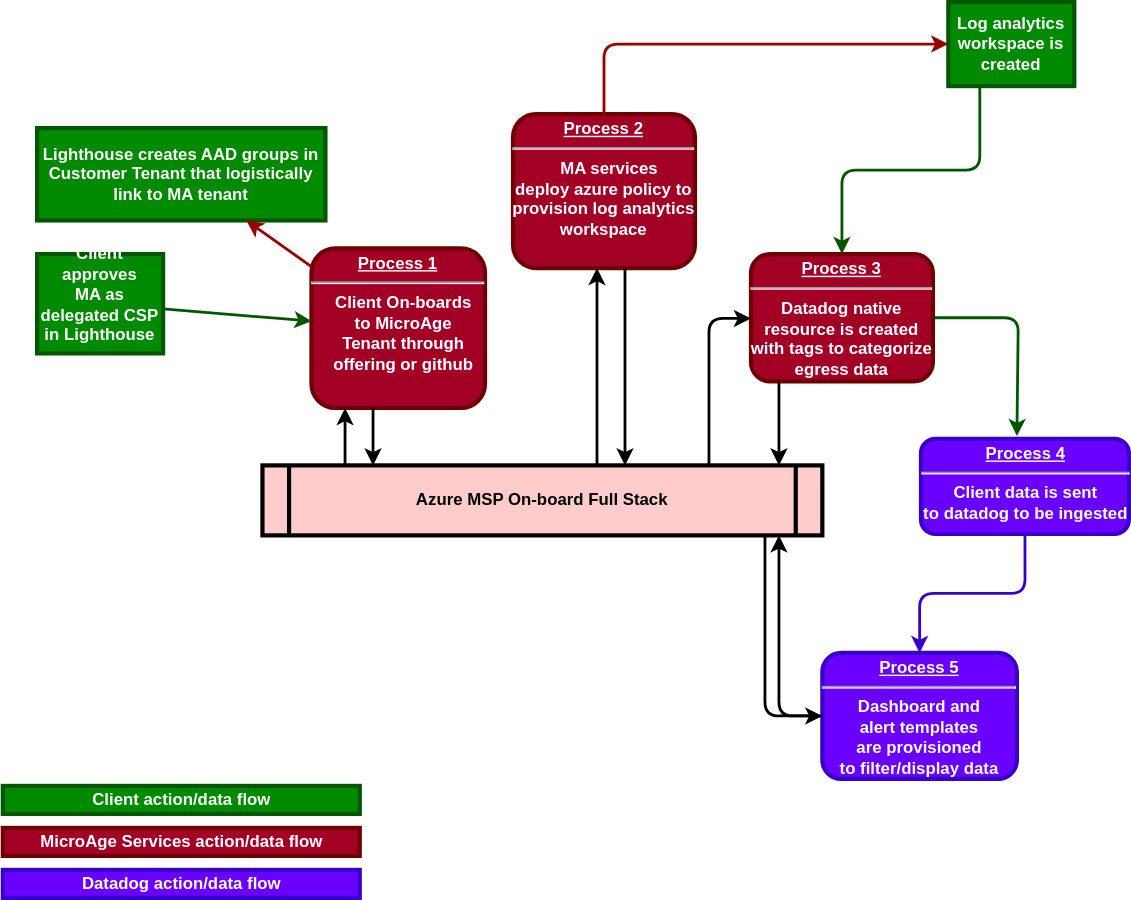
Above: AzMSP Flow.drawio.svg in MicroAgeServicesOrg/Azure-Lighthouse-deploymentAutomation (draw.io), before the change. Source tidied: cells renumbered, new cells last; positions are measured from the earlier drawing's top-left corner, leaving out a move shared by most shapes. The source it was exported from:
```xml
<mxGraphModel>
  <root>
    <mxCell id="0" />
    <mxCell id="1" parent="0" />
    <mxCell id="2" value="&lt;p style=&quot;margin: 0px; margin-top: 4px; text-align: center; text-decoration: underline;&quot;&gt;&lt;strong&gt;Process 1&lt;br&gt;&lt;/strong&gt;&lt;/p&gt;&lt;hr&gt;&lt;p style=&quot;margin: 0px; margin-left: 8px;&quot;&gt;Client On-boards&lt;/p&gt;&lt;p style=&quot;margin: 0px; margin-left: 8px;&quot;&gt;to MicroAge&lt;/p&gt;&lt;p style=&quot;margin: 0px; margin-left: 8px;&quot;&gt;Tenant through&lt;/p&gt;&lt;p style=&quot;margin: 0px; margin-left: 8px;&quot;&gt;offering or github&lt;br&gt;&lt;/p&gt;" style="verticalAlign=middle;align=center;overflow=fill;fontSize=12;fontFamily=Helvetica;html=1;rounded=1;fontStyle=1;strokeWidth=3;fillColor=#a20025;strokeColor=#6F0000;fontColor=#ffffff;" parent="1" vertex="1">
      <mxGeometry x="220" y="176" width="124" height="114" as="geometry" />
    </mxCell>
    <mxCell id="3" value="Lighthouse creates AAD groups in Customer Tenant that logistically link to MA tenant" style="whiteSpace=wrap;align=center;verticalAlign=middle;fontStyle=1;strokeWidth=3;fillColor=#008a00;fontColor=#ffffff;strokeColor=#005700;" parent="1" vertex="1">
      <mxGeometry x="24" y="90" width="206" height="66" as="geometry" />
    </mxCell>
    <mxCell id="4" value="Client approves&#10;MA as delegated CSP&#10;in Lighthouse&#10;" style="whiteSpace=wrap;align=center;verticalAlign=middle;fontStyle=1;strokeWidth=3;fillColor=#008a00;fontColor=#ffffff;strokeColor=#005700;" parent="1" vertex="1">
      <mxGeometry x="24" y="180" width="90" height="71" as="geometry" />
    </mxCell>
    <mxCell id="5" value="Azure MSP On-board Full Stack" style="shape=process;whiteSpace=wrap;align=center;verticalAlign=middle;size=0.0475;fontStyle=1;strokeWidth=3;fillColor=#FFCCCC;fontColor=#000000;" parent="1" vertex="1">
      <mxGeometry x="185" y="331" width="400" height="50" as="geometry" />
    </mxCell>
    <mxCell id="6" value="&lt;p style=&quot;margin: 0px; margin-top: 4px; text-align: center; text-decoration: underline;&quot;&gt;&lt;strong&gt;Process 2&lt;br&gt;&lt;/strong&gt;&lt;/p&gt;&lt;hr&gt;&lt;p style=&quot;margin: 0px; margin-left: 8px;&quot;&gt;MA services&lt;/p&gt;&lt;div&gt;deploy azure policy to&lt;/div&gt;&lt;div&gt;provision log analytics&lt;/div&gt;&lt;div&gt;workspace&lt;br&gt;&lt;/div&gt;" style="verticalAlign=middle;align=center;overflow=fill;fontSize=12;fontFamily=Helvetica;html=1;rounded=1;fontStyle=1;strokeWidth=3;fillColor=#a20025;fontColor=#ffffff;strokeColor=#6F0000;" parent="1" vertex="1">
      <mxGeometry x="364" y="80" width="130" height="110" as="geometry" />
    </mxCell>
    <mxCell id="7" style="edgeStyle=orthogonalEdgeStyle;rounded=1;jettySize=auto;html=1;exitX=0.5;exitY=1;exitDx=0;exitDy=0;entryX=0.5;entryY=0;entryDx=0;entryDy=0;strokeWidth=2;fillColor=#6a00ff;strokeColor=#3700CC;" parent="1" edge="1" source="8" target="11">
      <mxGeometry relative="1" as="geometry" />
    </mxCell>
    <mxCell id="8" value="&lt;p style=&quot;margin: 0px; margin-top: 4px; text-align: center; text-decoration: underline;&quot;&gt;&lt;strong&gt;&lt;strong&gt;Process&lt;/strong&gt; 4&lt;br&gt;&lt;/strong&gt;&lt;/p&gt;&lt;hr&gt;&lt;div&gt;Client data is sent&lt;/div&gt;&lt;div&gt;to datadog to be ingested&lt;br&gt;&lt;/div&gt;" style="verticalAlign=middle;align=center;overflow=fill;fontSize=12;fontFamily=Helvetica;html=1;rounded=1;fontStyle=1;strokeWidth=3;fillColor=#6a00ff;fontColor=#ffffff;strokeColor=#3700CC;" parent="1" vertex="1">
      <mxGeometry x="655.5" y="312" width="148.5" height="68" as="geometry" />
    </mxCell>
    <mxCell id="9" style="edgeStyle=orthogonalEdgeStyle;rounded=1;jettySize=auto;html=1;exitX=1;exitY=0.5;exitDx=0;exitDy=0;strokeWidth=2;fillColor=#008a00;strokeColor=#005700;" parent="1" edge="1" source="10">
      <mxGeometry relative="1" as="geometry">
        <mxPoint x="724" y="310" as="targetPoint" />
        <Array as="points">
          <mxPoint x="725" y="226" />
        </Array>
      </mxGeometry>
    </mxCell>
    <mxCell id="10" value="&lt;p style=&quot;margin: 0px; margin-top: 4px; text-align: center; text-decoration: underline;&quot;&gt;&lt;strong&gt;&lt;strong&gt;Process&lt;/strong&gt; 3&lt;br&gt;&lt;/strong&gt;&lt;/p&gt;&lt;hr&gt;&lt;div&gt;Datadog native &lt;br&gt;&lt;/div&gt;&lt;div&gt;resource is created&lt;/div&gt;&lt;div&gt;with tags to categorize&lt;/div&gt;&lt;div&gt;egress data&lt;br&gt;&lt;/div&gt;" style="verticalAlign=middle;align=center;overflow=fill;fontSize=12;fontFamily=Helvetica;html=1;rounded=1;fontStyle=1;strokeWidth=3;fillColor=#a20025;fontColor=#ffffff;strokeColor=#6F0000;" parent="1" vertex="1">
      <mxGeometry x="534" y="180" width="130" height="91" as="geometry" />
    </mxCell>
    <mxCell id="11" value="&lt;p style=&quot;margin: 0px; margin-top: 4px; text-align: center; text-decoration: underline;&quot;&gt;&lt;strong&gt;&lt;strong&gt;Process&lt;/strong&gt; 5&lt;br&gt;&lt;/strong&gt;&lt;/p&gt;&lt;hr&gt;&lt;div&gt;Dashboard and&lt;/div&gt;&lt;div&gt;alert templates&lt;/div&gt;&lt;div&gt;are provisioned&lt;/div&gt;&lt;div&gt;to filter/display data&lt;br&gt;&lt;/div&gt;" style="verticalAlign=middle;align=center;overflow=fill;fontSize=12;fontFamily=Helvetica;html=1;rounded=1;fontStyle=1;strokeWidth=3;fillColor=#6a00ff;fontColor=#ffffff;strokeColor=#3700CC;" parent="1" vertex="1">
      <mxGeometry x="585" y="465" width="139" height="90" as="geometry" />
    </mxCell>
    <mxCell id="12" value="Log analytics workspace is created" style="whiteSpace=wrap;align=center;verticalAlign=middle;fontStyle=1;strokeWidth=3;fillColor=#008a00;fontColor=#ffffff;strokeColor=#005700;" parent="1" vertex="1">
      <mxGeometry x="675" width="90" height="60" as="geometry" />
    </mxCell>
    <mxCell id="13" style="edgeStyle=none;noEdgeStyle=1;strokeColor=#990000;strokeWidth=2;startArrow=classic;startFill=1;endArrow=none;endFill=0;" parent="1" edge="1" source="3" target="2">
      <mxGeometry relative="1" as="geometry" />
    </mxCell>
    <mxCell id="14" style="edgeStyle=none;noEdgeStyle=1;strokeColor=#005700;strokeWidth=2;fillColor=#008a00;" parent="1" edge="1" source="4" target="2">
      <mxGeometry relative="1" as="geometry" />
    </mxCell>
    <mxCell id="15" style="edgeStyle=elbowEdgeStyle;elbow=horizontal;strokeColor=#000000;strokeWidth=2;" parent="1" edge="1" source="5" target="2">
      <mxGeometry relative="1" as="geometry">
        <Array as="points">
          <mxPoint x="244" y="310" />
        </Array>
      </mxGeometry>
    </mxCell>
    <mxCell id="16" style="edgeStyle=elbowEdgeStyle;elbow=horizontal;strokeColor=#000000;strokeWidth=2;" parent="1" edge="1" source="2" target="5">
      <mxGeometry relative="1" as="geometry">
        <Array as="points">
          <mxPoint x="264" y="300" />
        </Array>
      </mxGeometry>
    </mxCell>
    <mxCell id="17" style="edgeStyle=elbowEdgeStyle;elbow=horizontal;strokeColor=#000000;strokeWidth=2;" parent="1" edge="1" source="5" target="6">
      <mxGeometry relative="1" as="geometry">
        <Array as="points">
          <mxPoint x="424" y="250" />
        </Array>
      </mxGeometry>
    </mxCell>
    <mxCell id="18" style="edgeStyle=elbowEdgeStyle;elbow=horizontal;strokeColor=#000000;strokeWidth=2;" parent="1" edge="1" source="6" target="5">
      <mxGeometry relative="1" as="geometry">
        <Array as="points">
          <mxPoint x="444" y="260" />
        </Array>
      </mxGeometry>
    </mxCell>
    <mxCell id="19" style="edgeStyle=elbowEdgeStyle;elbow=horizontal;strokeColor=#990000;strokeWidth=2;" parent="1" edge="1" source="6" target="12">
      <mxGeometry relative="1" as="geometry">
        <Array as="points">
          <mxPoint x="429" y="80" />
        </Array>
      </mxGeometry>
    </mxCell>
    <mxCell id="20" style="edgeStyle=elbowEdgeStyle;elbow=vertical;entryX=0.25;entryY=1;strokeColor=#005700;strokeWidth=2;startArrow=classic;startFill=1;endArrow=none;endFill=0;fillColor=#008a00;" parent="1" edge="1" source="10" target="12">
      <mxGeometry relative="1" as="geometry" />
    </mxCell>
    <mxCell id="21" style="edgeStyle=elbowEdgeStyle;elbow=horizontal;strokeColor=#000000;strokeWidth=2;" parent="1" edge="1" source="10" target="5">
      <mxGeometry relative="1" as="geometry">
        <Array as="points">
          <mxPoint x="554" y="300" />
        </Array>
      </mxGeometry>
    </mxCell>
    <mxCell id="22" style="edgeStyle=segmentEdgeStyle;strokeColor=#000000;strokeWidth=2;" parent="1" edge="1" source="5" target="10">
      <mxGeometry relative="1" as="geometry">
        <Array as="points">
          <mxPoint x="504" y="226" />
        </Array>
      </mxGeometry>
    </mxCell>
    <mxCell id="23" style="edgeStyle=elbowEdgeStyle;elbow=horizontal;strokeColor=#000000;strokeWidth=2;" parent="1" edge="1" source="11" target="5">
      <mxGeometry relative="1" as="geometry">
        <Array as="points">
          <mxPoint x="554" y="410" />
        </Array>
      </mxGeometry>
    </mxCell>
    <mxCell id="24" style="edgeStyle=elbowEdgeStyle;elbow=horizontal;strokeColor=#000000;strokeWidth=2;" parent="1" edge="1" source="5" target="11">
      <mxGeometry relative="1" as="geometry">
        <Array as="points">
          <mxPoint x="544" y="420" />
        </Array>
      </mxGeometry>
    </mxCell>
    <mxCell id="25" value="Client action/data flow" style="whiteSpace=wrap;align=center;verticalAlign=middle;fontStyle=1;strokeWidth=3;fillColor=#008a00;fontColor=#ffffff;strokeColor=#005700;" parent="1" vertex="1">
      <mxGeometry x="-0.5" y="560" width="255" height="20" as="geometry" />
    </mxCell>
    <mxCell id="26" value="MicroAge Services action/data flow" style="whiteSpace=wrap;align=center;verticalAlign=middle;fontStyle=1;strokeWidth=3;fillColor=#a20025;fontColor=#ffffff;strokeColor=#6F0000;" parent="1" vertex="1">
      <mxGeometry x="-0.5" y="590" width="255" height="20" as="geometry" />
    </mxCell>
    <mxCell id="27" value="Datadog action/data flow" style="whiteSpace=wrap;align=center;verticalAlign=middle;fontStyle=1;strokeWidth=3;fillColor=#6a00ff;fontColor=#ffffff;strokeColor=#3700CC;" parent="1" vertex="1">
      <mxGeometry x="-0.5" y="620" width="255" height="20" as="geometry" />
    </mxCell>
  </root>
</mxGraphModel>
```
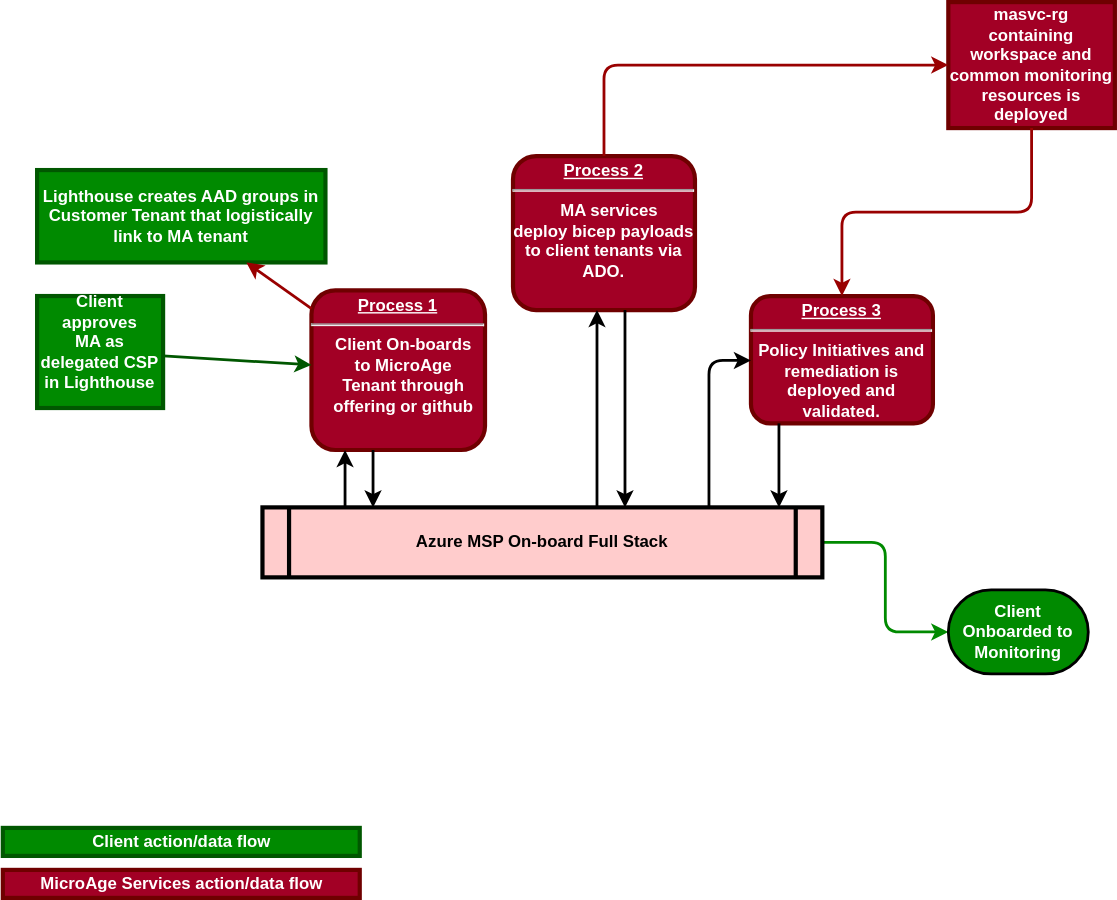
After the commit.

The edit, as a diff of the source:
```diff
@@ -9,36 +9,22 @@
       <mxGeometry x="24" y="90" width="206" height="66" as="geometry" />
     </mxCell>
     <mxCell id="4" value="Client approves&#10;MA as delegated CSP&#10;in Lighthouse&#10;" style="whiteSpace=wrap;align=center;verticalAlign=middle;fontStyle=1;strokeWidth=3;fillColor=#008a00;fontColor=#ffffff;strokeColor=#005700;" parent="1" vertex="1">
-      <mxGeometry x="24" y="180" width="90" height="71" as="geometry" />
+      <mxGeometry x="24" y="180" width="90" height="80" as="geometry" />
     </mxCell>
+    <mxCell id="28" style="edgeStyle=orthogonalEdgeStyle;rounded=1;jettySize=auto;html=1;entryX=0;entryY=0.5;entryDx=0;entryDy=0;entryPerimeter=0;strokeColor=#008A00;strokeWidth=2;" parent="1" edge="1" source="5" target="29">
+      <mxGeometry relative="1" as="geometry" />
+    </mxCell>
     <mxCell id="5" value="Azure MSP On-board Full Stack" style="shape=process;whiteSpace=wrap;align=center;verticalAlign=middle;size=0.0475;fontStyle=1;strokeWidth=3;fillColor=#FFCCCC;fontColor=#000000;" parent="1" vertex="1">
       <mxGeometry x="185" y="331" width="400" height="50" as="geometry" />
     </mxCell>
-    <mxCell id="6" value="&lt;p style=&quot;margin: 0px; margin-top: 4px; text-align: center; text-decoration: underline;&quot;&gt;&lt;strong&gt;Process 2&lt;br&gt;&lt;/strong&gt;&lt;/p&gt;&lt;hr&gt;&lt;p style=&quot;margin: 0px; margin-left: 8px;&quot;&gt;MA services&lt;/p&gt;&lt;div&gt;deploy azure policy to&lt;/div&gt;&lt;div&gt;provision log analytics&lt;/div&gt;&lt;div&gt;workspace&lt;br&gt;&lt;/div&gt;" style="verticalAlign=middle;align=center;overflow=fill;fontSize=12;fontFamily=Helvetica;html=1;rounded=1;fontStyle=1;strokeWidth=3;fillColor=#a20025;fontColor=#ffffff;strokeColor=#6F0000;" parent="1" vertex="1">
+    <mxCell id="6" value="&lt;p style=&quot;margin: 0px; margin-top: 4px; text-align: center; text-decoration: underline;&quot;&gt;&lt;strong&gt;Process 2&lt;br&gt;&lt;/strong&gt;&lt;/p&gt;&lt;hr&gt;&lt;p style=&quot;margin: 0px; margin-left: 8px;&quot;&gt;MA services&lt;/p&gt;&lt;div&gt;deploy bicep payloads&lt;/div&gt;&lt;div&gt;to client tenants via &lt;br&gt;&lt;/div&gt;&lt;div&gt;ADO.&lt;br&gt;&lt;/div&gt;" style="verticalAlign=middle;align=center;overflow=fill;fontSize=12;fontFamily=Helvetica;html=1;rounded=1;fontStyle=1;strokeWidth=3;fillColor=#a20025;fontColor=#ffffff;strokeColor=#6F0000;" parent="1" vertex="1">
       <mxGeometry x="364" y="80" width="130" height="110" as="geometry" />
     </mxCell>
-    <mxCell id="7" style="edgeStyle=orthogonalEdgeStyle;rounded=1;jettySize=auto;html=1;exitX=0.5;exitY=1;exitDx=0;exitDy=0;entryX=0.5;entryY=0;entryDx=0;entryDy=0;strokeWidth=2;fillColor=#6a00ff;strokeColor=#3700CC;" parent="1" edge="1" source="8" target="11">
-      <mxGeometry relative="1" as="geometry" />
-    </mxCell>
-    <mxCell id="8" value="&lt;p style=&quot;margin: 0px; margin-top: 4px; text-align: center; text-decoration: underline;&quot;&gt;&lt;strong&gt;&lt;strong&gt;Process&lt;/strong&gt; 4&lt;br&gt;&lt;/strong&gt;&lt;/p&gt;&lt;hr&gt;&lt;div&gt;Client data is sent&lt;/div&gt;&lt;div&gt;to datadog to be ingested&lt;br&gt;&lt;/div&gt;" style="verticalAlign=middle;align=center;overflow=fill;fontSize=12;fontFamily=Helvetica;html=1;rounded=1;fontStyle=1;strokeWidth=3;fillColor=#6a00ff;fontColor=#ffffff;strokeColor=#3700CC;" parent="1" vertex="1">
-      <mxGeometry x="655.5" y="312" width="148.5" height="68" as="geometry" />
-    </mxCell>
-    <mxCell id="9" style="edgeStyle=orthogonalEdgeStyle;rounded=1;jettySize=auto;html=1;exitX=1;exitY=0.5;exitDx=0;exitDy=0;strokeWidth=2;fillColor=#008a00;strokeColor=#005700;" parent="1" edge="1" source="10">
-      <mxGeometry relative="1" as="geometry">
-        <mxPoint x="724" y="310" as="targetPoint" />
-        <Array as="points">
-          <mxPoint x="725" y="226" />
-        </Array>
-      </mxGeometry>
-    </mxCell>
-    <mxCell id="10" value="&lt;p style=&quot;margin: 0px; margin-top: 4px; text-align: center; text-decoration: underline;&quot;&gt;&lt;strong&gt;&lt;strong&gt;Process&lt;/strong&gt; 3&lt;br&gt;&lt;/strong&gt;&lt;/p&gt;&lt;hr&gt;&lt;div&gt;Datadog native &lt;br&gt;&lt;/div&gt;&lt;div&gt;resource is created&lt;/div&gt;&lt;div&gt;with tags to categorize&lt;/div&gt;&lt;div&gt;egress data&lt;br&gt;&lt;/div&gt;" style="verticalAlign=middle;align=center;overflow=fill;fontSize=12;fontFamily=Helvetica;html=1;rounded=1;fontStyle=1;strokeWidth=3;fillColor=#a20025;fontColor=#ffffff;strokeColor=#6F0000;" parent="1" vertex="1">
+    <mxCell id="10" value="&lt;p style=&quot;margin: 0px; margin-top: 4px; text-align: center; text-decoration: underline;&quot;&gt;&lt;strong&gt;&lt;strong&gt;Process&lt;/strong&gt; 3&lt;br&gt;&lt;/strong&gt;&lt;/p&gt;&lt;hr&gt;&lt;div&gt;Policy Initiatives and &lt;br&gt;&lt;/div&gt;&lt;div&gt;remediation is &lt;br&gt;&lt;/div&gt;&lt;div&gt;deployed and &lt;br&gt;&lt;/div&gt;&lt;div&gt;validated.&lt;br&gt;&lt;/div&gt;" style="verticalAlign=middle;align=center;overflow=fill;fontSize=12;fontFamily=Helvetica;html=1;rounded=1;fontStyle=1;strokeWidth=3;fillColor=#a20025;fontColor=#ffffff;strokeColor=#6F0000;" parent="1" vertex="1">
       <mxGeometry x="534" y="180" width="130" height="91" as="geometry" />
     </mxCell>
-    <mxCell id="11" value="&lt;p style=&quot;margin: 0px; margin-top: 4px; text-align: center; text-decoration: underline;&quot;&gt;&lt;strong&gt;&lt;strong&gt;Process&lt;/strong&gt; 5&lt;br&gt;&lt;/strong&gt;&lt;/p&gt;&lt;hr&gt;&lt;div&gt;Dashboard and&lt;/div&gt;&lt;div&gt;alert templates&lt;/div&gt;&lt;div&gt;are provisioned&lt;/div&gt;&lt;div&gt;to filter/display data&lt;br&gt;&lt;/div&gt;" style="verticalAlign=middle;align=center;overflow=fill;fontSize=12;fontFamily=Helvetica;html=1;rounded=1;fontStyle=1;strokeWidth=3;fillColor=#6a00ff;fontColor=#ffffff;strokeColor=#3700CC;" parent="1" vertex="1">
-      <mxGeometry x="585" y="465" width="139" height="90" as="geometry" />
-    </mxCell>
-    <mxCell id="12" value="Log analytics workspace is created" style="whiteSpace=wrap;align=center;verticalAlign=middle;fontStyle=1;strokeWidth=3;fillColor=#008a00;fontColor=#ffffff;strokeColor=#005700;" parent="1" vertex="1">
-      <mxGeometry x="675" width="90" height="60" as="geometry" />
+    <mxCell id="12" value="masvc-rg containing workspace and common monitoring resources is deployed " style="whiteSpace=wrap;align=center;verticalAlign=middle;fontStyle=1;strokeWidth=3;fillColor=#A20025;fontColor=#ffffff;strokeColor=#6F0000;" parent="1" vertex="1">
+      <mxGeometry x="675" y="-30" width="119" height="90" as="geometry" />
     </mxCell>
     <mxCell id="13" style="edgeStyle=none;noEdgeStyle=1;strokeColor=#990000;strokeWidth=2;startArrow=classic;startFill=1;endArrow=none;endFill=0;" parent="1" edge="1" source="3" target="2">
       <mxGeometry relative="1" as="geometry" />
@@ -81,7 +67,7 @@
         </Array>
       </mxGeometry>
     </mxCell>
-    <mxCell id="20" style="edgeStyle=elbowEdgeStyle;elbow=vertical;entryX=0.25;entryY=1;strokeColor=#005700;strokeWidth=2;startArrow=classic;startFill=1;endArrow=none;endFill=0;fillColor=#008a00;" parent="1" edge="1" source="10" target="12">
+    <mxCell id="20" style="edgeStyle=elbowEdgeStyle;elbow=vertical;entryX=0.5;entryY=1;strokeColor=#990000;strokeWidth=2;startArrow=classic;startFill=1;endArrow=none;endFill=0;fillColor=#008a00;entryDx=0;entryDy=0;" parent="1" edge="1" source="10" target="12">
       <mxGeometry relative="1" as="geometry" />
     </mxCell>
     <mxCell id="21" style="edgeStyle=elbowEdgeStyle;elbow=horizontal;strokeColor=#000000;strokeWidth=2;" parent="1" edge="1" source="10" target="5">
@@ -98,28 +84,14 @@
         </Array>
       </mxGeometry>
     </mxCell>
-    <mxCell id="23" style="edgeStyle=elbowEdgeStyle;elbow=horizontal;strokeColor=#000000;strokeWidth=2;" parent="1" edge="1" source="11" target="5">
-      <mxGeometry relative="1" as="geometry">
-        <Array as="points">
-          <mxPoint x="554" y="410" />
-        </Array>
-      </mxGeometry>
-    </mxCell>
-    <mxCell id="24" style="edgeStyle=elbowEdgeStyle;elbow=horizontal;strokeColor=#000000;strokeWidth=2;" parent="1" edge="1" source="5" target="11">
-      <mxGeometry relative="1" as="geometry">
-        <Array as="points">
-          <mxPoint x="544" y="420" />
-        </Array>
-      </mxGeometry>
-    </mxCell>
     <mxCell id="25" value="Client action/data flow" style="whiteSpace=wrap;align=center;verticalAlign=middle;fontStyle=1;strokeWidth=3;fillColor=#008a00;fontColor=#ffffff;strokeColor=#005700;" parent="1" vertex="1">
       <mxGeometry x="-0.5" y="560" width="255" height="20" as="geometry" />
     </mxCell>
     <mxCell id="26" value="MicroAge Services action/data flow" style="whiteSpace=wrap;align=center;verticalAlign=middle;fontStyle=1;strokeWidth=3;fillColor=#a20025;fontColor=#ffffff;strokeColor=#6F0000;" parent="1" vertex="1">
       <mxGeometry x="-0.5" y="590" width="255" height="20" as="geometry" />
     </mxCell>
-    <mxCell id="27" value="Datadog action/data flow" style="whiteSpace=wrap;align=center;verticalAlign=middle;fontStyle=1;strokeWidth=3;fillColor=#6a00ff;fontColor=#ffffff;strokeColor=#3700CC;" parent="1" vertex="1">
-      <mxGeometry x="-0.5" y="620" width="255" height="20" as="geometry" />
-    </mxCell>
+    <mxCell id="29" value="&lt;b&gt;&lt;font color=&quot;#ffffff&quot;&gt;Client Onboarded to Monitoring&lt;/font&gt;&lt;br&gt;&lt;/b&gt;" style="strokeWidth=2;html=1;shape=mxgraph.flowchart.terminator;whiteSpace=wrap;fillColor=#008A00;" parent="1" vertex="1">
+      <mxGeometry x="675" y="390" width="100" height="60" as="geometry" />
+    </mxCell>
   </root>
 </mxGraphModel>
```
